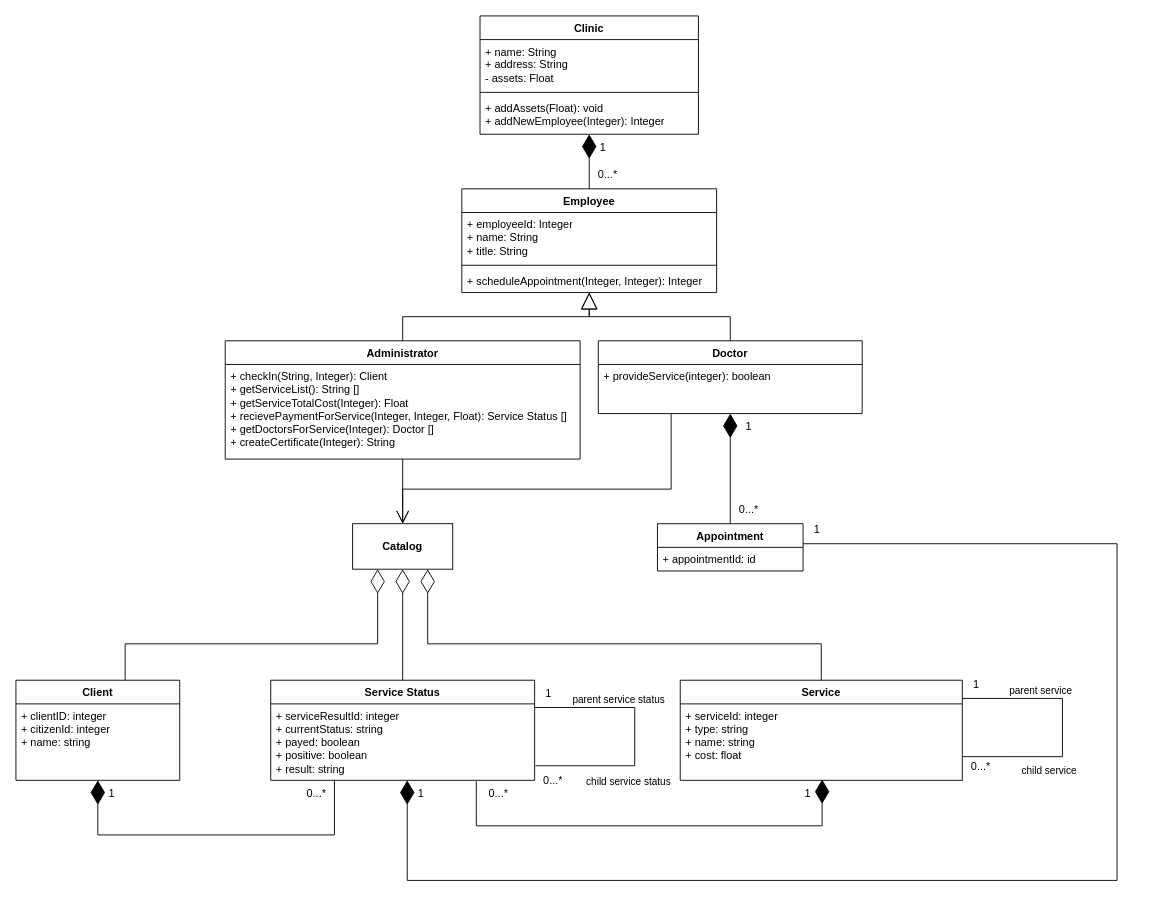
The draw.io diagram uml/class-diagram.drawio in Yegres5/hospital-manager, before the edit. Source tidied: cells renumbered, new cells numbered last; positions are measured from the earlier drawing's top-left corner, leaving out a move shared by most shapes. Both pictures are drawn from the tidied source at 91%, with x=0, y=0 at pixel (15, 15).
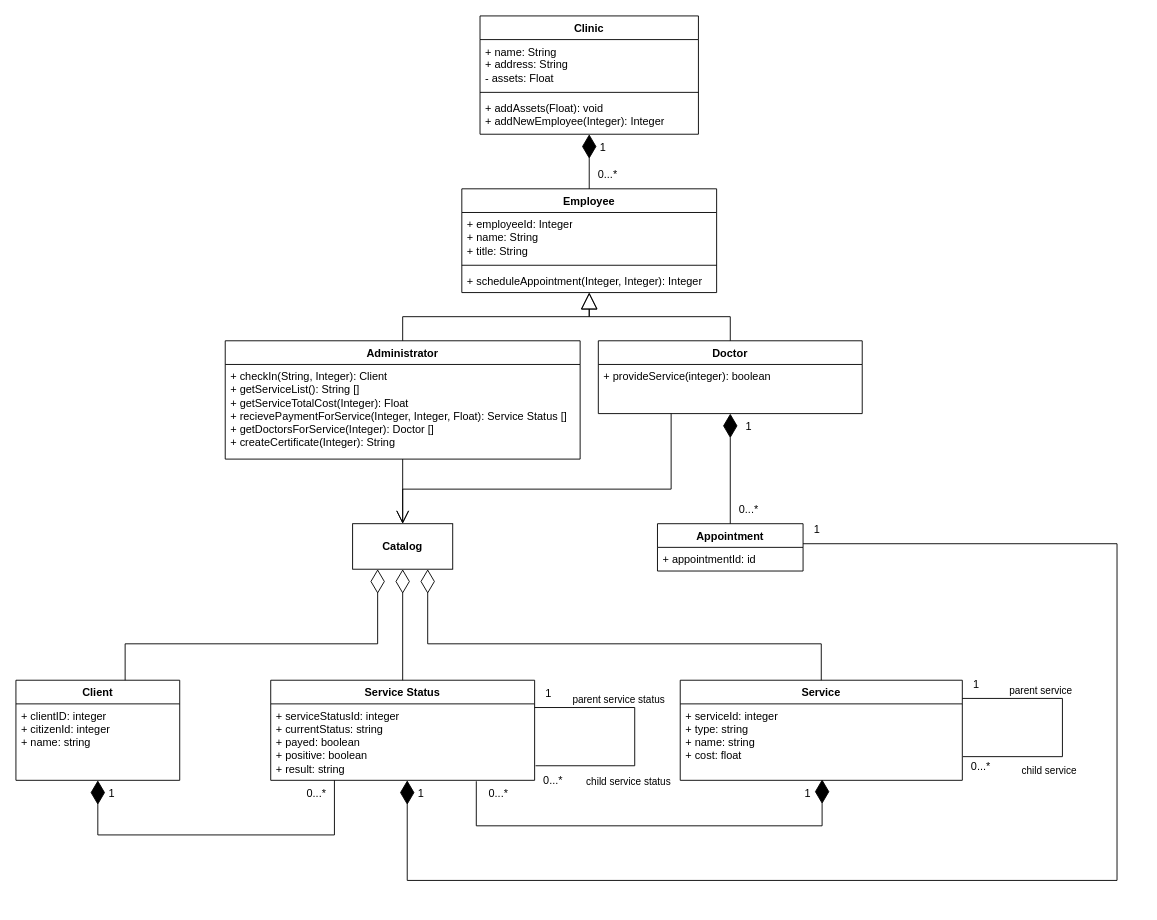
The same page after the edit.

Commit message (it also covers changes not shown here):
Changed service status Id api name.

The change refers to these unchanged cells:
```xml
<mxCell id="13" value="Service Status" style="swimlane;fontStyle=1;align=center;verticalAlign=top;horizontal=1;startSize=26;whiteSpace=wrap;html=1;" parent="1" vertex="1">
  <mxGeometry x="280" y="730" width="290" height="110" as="geometry" />
</mxCell>
```

Diff of the diagram source:
```diff
@@
-    <mxCell id="14" value="+ serviceResultId: integer&lt;br&gt;+ currentStatus: string&lt;br&gt;+ payed: boolean&lt;br&gt;+ positive: boolean&lt;br&gt;+ result: string" style="text;strokeColor=none;fillColor=none;align=left;verticalAlign=top;spacingLeft=4;spacingRight=4;overflow=hidden;points=[[0,0.5],[1,0.5]];portConstraint=eastwest;whiteSpace=wrap;html=1;" parent="13" vertex="1">
+    <mxCell id="14" value="+ serviceStatusId: integer&lt;br&gt;+ currentStatus: string&lt;br&gt;+ payed: boolean&lt;br&gt;+ positive: boolean&lt;br&gt;+ result: string" style="text;strokeColor=none;fillColor=none;align=left;verticalAlign=top;spacingLeft=4;spacingRight=4;overflow=hidden;points=[[0,0.5],[1,0.5]];portConstraint=eastwest;whiteSpace=wrap;html=1;" parent="13" vertex="1">
       <mxGeometry y="26" width="290" height="84" as="geometry" />
     </mxCell>
```
